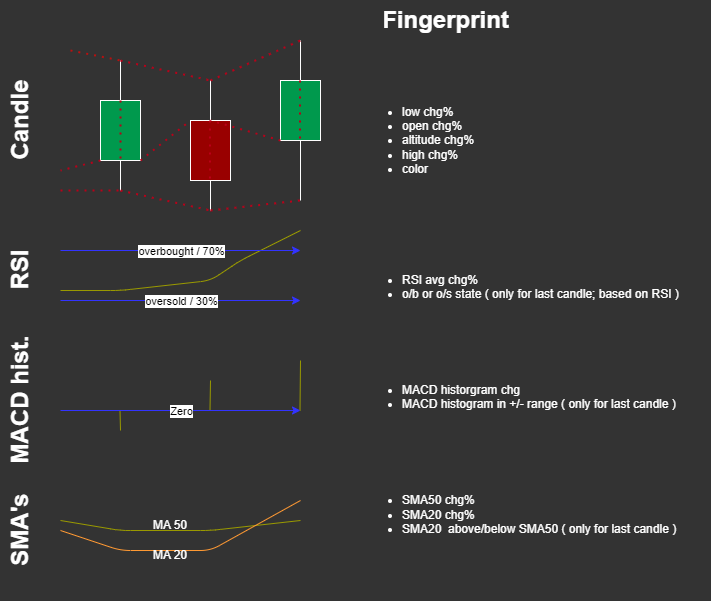
LallerH/Stock-Price-Forecast-Tool keeps this draw.io diagram as fingerprint_factors.png. Above is the earlier version. Source tidied: cells renumbered, new cells last; positions are measured from the earlier drawing's top-left corner, leaving out a move shared by most shapes.
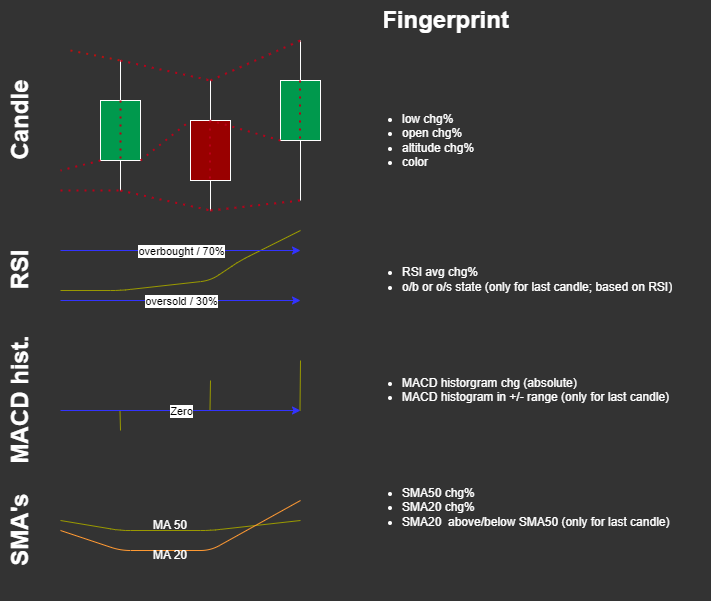
After the change.

Change to the diagram source:
```diff
@@ -103,7 +103,7 @@
         <mxPoint x="329.5" y="140" as="targetPoint" />
       </mxGeometry>
     </mxCell>
-    <mxCell id="23" value="&lt;ul&gt;&lt;li&gt;low chg%&lt;/li&gt;&lt;li&gt;open chg%&lt;/li&gt;&lt;li&gt;altitude chg%&lt;/li&gt;&lt;li&gt;high chg%&lt;/li&gt;&lt;li&gt;color&lt;/li&gt;&lt;/ul&gt;&lt;div&gt;&lt;br&gt;&lt;/div&gt;&lt;div&gt;&lt;br&gt;&lt;/div&gt;&lt;div&gt;&lt;br&gt;&lt;/div&gt;&lt;div&gt;&lt;br&gt;&lt;/div&gt;&lt;div&gt;&lt;span style=&quot;&quot;&gt;&#9;&lt;/span&gt;&lt;br&gt;&lt;/div&gt;&lt;ul&gt;&lt;li&gt;RSI avg chg%&lt;/li&gt;&lt;li&gt;o/b or o/s state ( only for last candle; based on RSI )&lt;/li&gt;&lt;/ul&gt;&lt;div&gt;&lt;br&gt;&lt;/div&gt;&lt;div&gt;&lt;br&gt;&lt;/div&gt;&lt;div&gt;&lt;br&gt;&lt;/div&gt;&lt;div&gt;&lt;br&gt;&lt;/div&gt;&lt;div&gt;&lt;ul&gt;&lt;li&gt;MACD historgram chg&lt;/li&gt;&lt;li&gt;MACD histogram in +/- range ( only for last candle )&lt;/li&gt;&lt;/ul&gt;&lt;div&gt;&lt;br&gt;&lt;/div&gt;&lt;/div&gt;&lt;div&gt;&lt;br&gt;&lt;/div&gt;&lt;div&gt;&lt;br&gt;&lt;/div&gt;&lt;div&gt;&lt;br&gt;&lt;/div&gt;&lt;div&gt;&lt;ul&gt;&lt;li&gt;SMA50 chg%&lt;/li&gt;&lt;li&gt;SMA20 chg%&lt;/li&gt;&lt;li&gt;SMA20&amp;nbsp; above/below SMA50 ( only for last candle )&lt;/li&gt;&lt;/ul&gt;&lt;/div&gt;" style="text;html=1;whiteSpace=wrap;verticalAlign=middle;overflow=hidden;fontColor=#FFFFFF;" parent="1" vertex="1">
+    <mxCell id="23" value="&lt;ul&gt;&lt;li&gt;low chg%&lt;/li&gt;&lt;li&gt;open chg%&lt;/li&gt;&lt;li&gt;altitude chg%&lt;/li&gt;&lt;li&gt;color&lt;/li&gt;&lt;/ul&gt;&lt;div&gt;&lt;br&gt;&lt;/div&gt;&lt;div&gt;&lt;br&gt;&lt;/div&gt;&lt;div&gt;&lt;br&gt;&lt;/div&gt;&lt;div&gt;&lt;br&gt;&lt;/div&gt;&lt;div&gt;&lt;span style=&quot;&quot;&gt;&#9;&lt;/span&gt;&lt;br&gt;&lt;/div&gt;&lt;ul&gt;&lt;li&gt;RSI avg chg%&lt;/li&gt;&lt;li&gt;o/b or o/s state (only for last candle; based on RSI)&lt;/li&gt;&lt;/ul&gt;&lt;div&gt;&lt;br&gt;&lt;/div&gt;&lt;div&gt;&lt;br&gt;&lt;/div&gt;&lt;div&gt;&lt;br&gt;&lt;/div&gt;&lt;div&gt;&lt;br&gt;&lt;/div&gt;&lt;div&gt;&lt;ul&gt;&lt;li&gt;MACD historgram chg (absolute)&lt;/li&gt;&lt;li&gt;MACD histogram in +/- range (only for last candle)&lt;/li&gt;&lt;/ul&gt;&lt;div&gt;&lt;br&gt;&lt;/div&gt;&lt;/div&gt;&lt;div&gt;&lt;br&gt;&lt;/div&gt;&lt;div&gt;&lt;br&gt;&lt;/div&gt;&lt;div&gt;&lt;br&gt;&lt;/div&gt;&lt;div&gt;&lt;ul&gt;&lt;li&gt;SMA50 chg%&lt;/li&gt;&lt;li&gt;SMA20 chg%&lt;/li&gt;&lt;li&gt;SMA20&amp;nbsp; above/below SMA50 (only for last candle)&lt;/li&gt;&lt;/ul&gt;&lt;/div&gt;" style="text;html=1;whiteSpace=wrap;verticalAlign=middle;overflow=hidden;fontColor=#FFFFFF;" parent="1" vertex="1">
       <mxGeometry x="390" y="40" width="350" height="560" as="geometry" />
     </mxCell>
     <mxCell id="24" value="Fingerprint" style="text;html=1;fontSize=24;fontStyle=1;verticalAlign=middle;align=center;fontColor=#FFFFFF;" parent="1" vertex="1">
```
